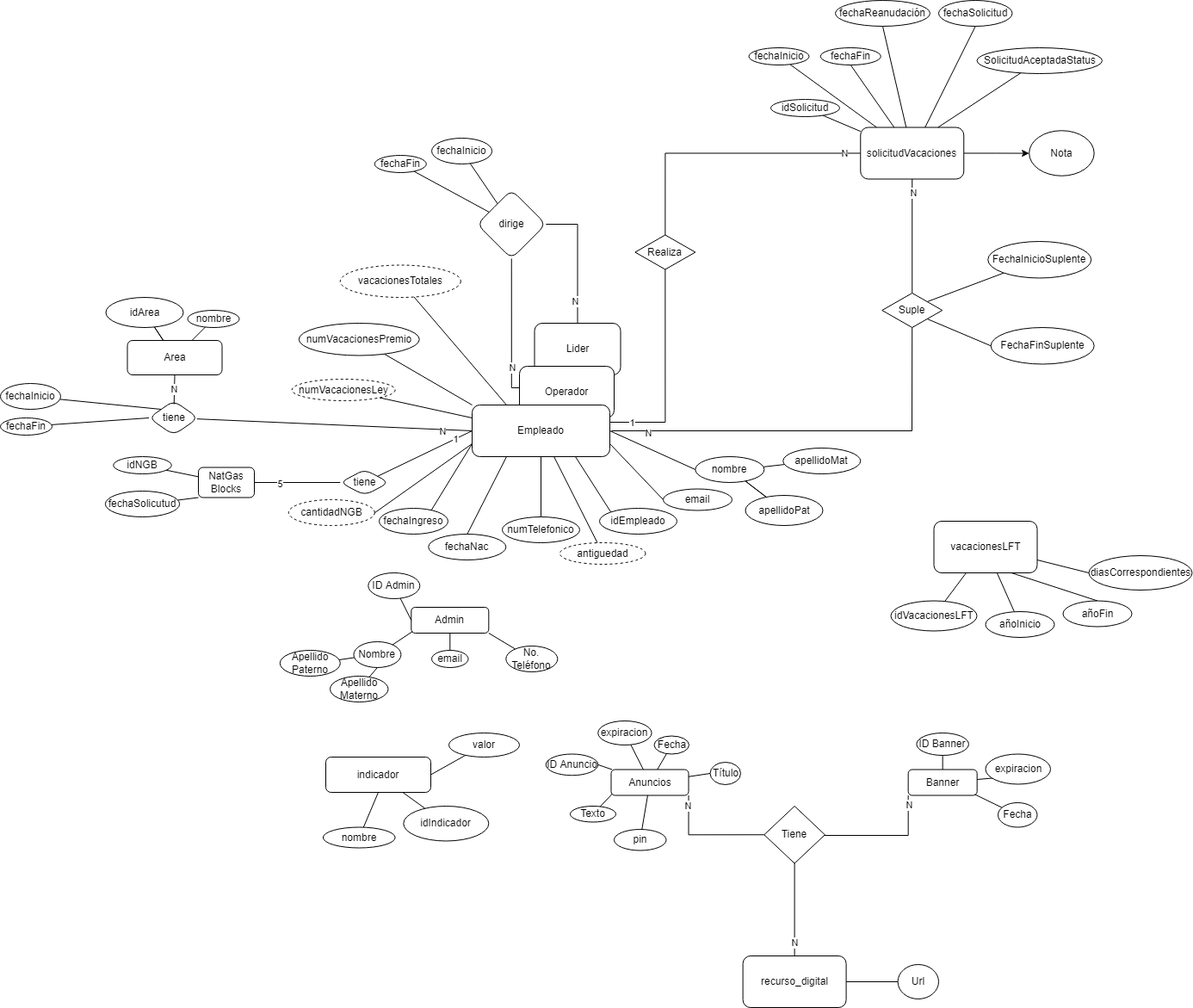
The draw.io diagram Recursos_de_Proyecto/MER NatGas.drawio.png in AndresMaganaPerez/Phantom_tc2005b, before a commit. Source tidied: cells renumbered, new cells last; positions are measured from the earlier drawing's top-left corner, leaving out a move shared by most shapes.
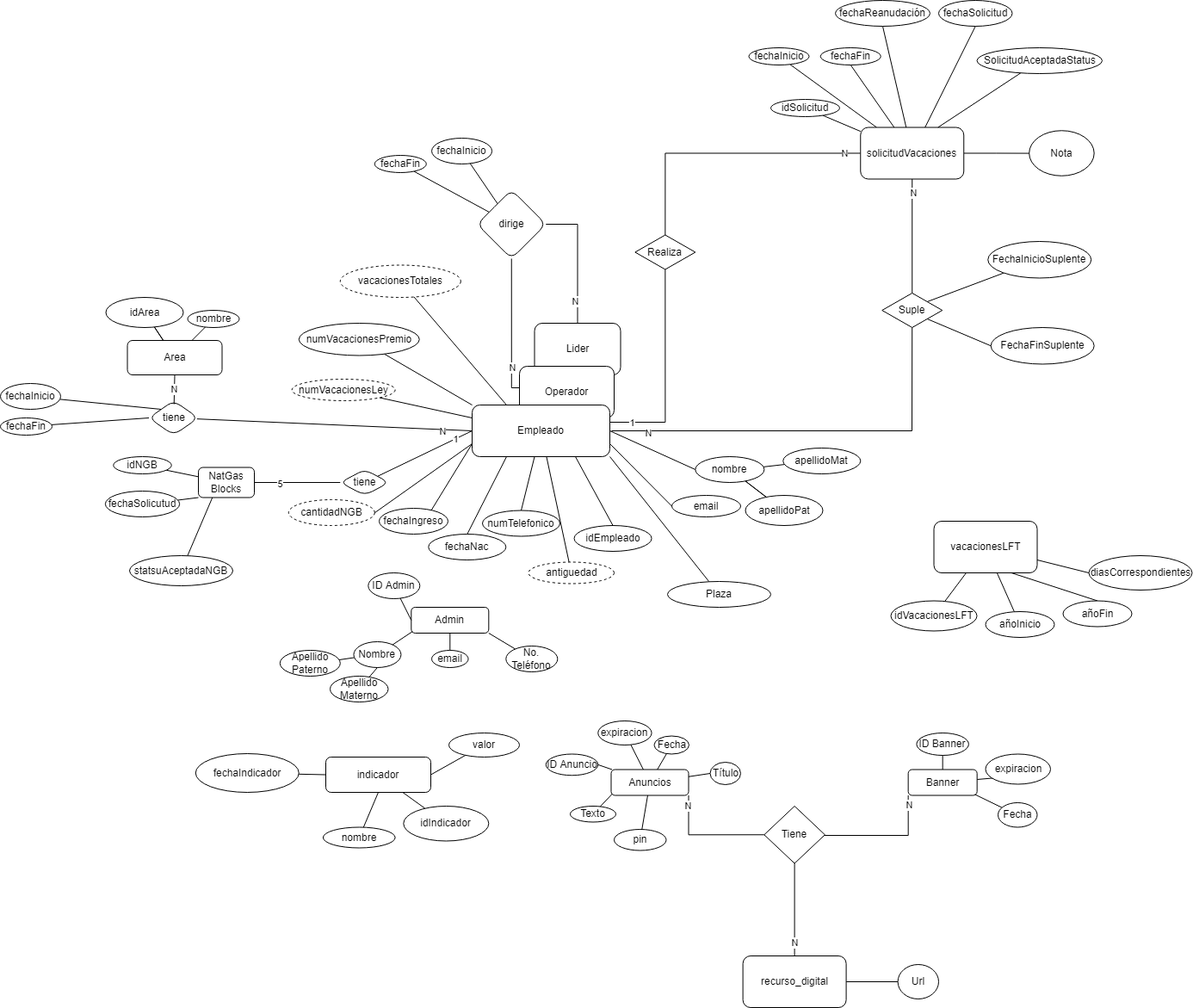
After the commit.

Commit message:
Agregar Plaza y statusAceptacionNGB

Entidades Empleado y NGB

What changed in the source:
```diff
@@ -48,7 +48,7 @@
     <mxCell id="15" style="edgeStyle=none;rounded=0;jettySize=auto;html=1;exitX=1;exitY=0.75;exitDx=0;exitDy=0;entryX=0;entryY=0.5;entryDx=0;entryDy=0;endArrow=none;endFill=0;" parent="1" edge="1" source="24" target="26">
       <mxGeometry relative="1" as="geometry" />
     </mxCell>
-    <mxCell id="16" style="edgeStyle=none;rounded=0;jettySize=auto;html=1;exitX=0.75;exitY=1;exitDx=0;exitDy=0;entryX=0;entryY=0;entryDx=0;entryDy=0;endArrow=none;endFill=0;" parent="1" edge="1" source="24" target="25">
+    <mxCell id="16" style="edgeStyle=none;rounded=0;jettySize=auto;html=1;exitX=0.75;exitY=1;exitDx=0;exitDy=0;entryX=0.5;entryY=0;entryDx=0;entryDy=0;endArrow=none;endFill=0;" parent="1" edge="1" source="24" target="25">
       <mxGeometry relative="1" as="geometry" />
     </mxCell>
     <mxCell id="17" style="edgeStyle=none;rounded=0;jettySize=auto;html=1;entryX=0.5;entryY=0;entryDx=0;entryDy=0;endArrow=none;endFill=0;" parent="1" edge="1" source="24" target="27">
@@ -82,13 +82,13 @@
       <mxGeometry x="548" y="470" width="160" height="60" as="geometry" />
     </mxCell>
     <mxCell id="25" value="idEmpleado&lt;br&gt;" style="ellipse;whiteSpace=wrap;html=1;rounded=1;" parent="1" vertex="1">
-      <mxGeometry x="696" y="590" width="90" height="30" as="geometry" />
+      <mxGeometry x="666.6" y="610" width="90" height="30" as="geometry" />
     </mxCell>
     <mxCell id="26" value="email&lt;br&gt;" style="ellipse;whiteSpace=wrap;html=1;rounded=1;" parent="1" vertex="1">
-      <mxGeometry x="770" y="567.5" width="80" height="25" as="geometry" />
+      <mxGeometry x="780" y="575" width="80" height="25" as="geometry" />
     </mxCell>
     <mxCell id="27" value="numTelefonico" style="ellipse;whiteSpace=wrap;html=1;rounded=1;" parent="1" vertex="1">
-      <mxGeometry x="583" y="600" width="90" height="30" as="geometry" />
+      <mxGeometry x="560" y="592.5" width="90" height="30" as="geometry" />
     </mxCell>
     <mxCell id="28" value="fechaNac" style="ellipse;whiteSpace=wrap;html=1;rounded=1;" parent="1" vertex="1">
       <mxGeometry x="497.3" y="620" width="90" height="30" as="geometry" />
@@ -298,7 +298,7 @@
       <mxGeometry y="485" width="60" height="20" as="geometry" />
     </mxCell>
     <mxCell id="95" value="antiguedad" style="ellipse;whiteSpace=wrap;html=1;rounded=1;dashed=1;" parent="1" vertex="1">
-      <mxGeometry x="650" y="630" width="99.5" height="25" as="geometry" />
+      <mxGeometry x="613.5" y="652.5" width="99.5" height="25" as="geometry" />
     </mxCell>
     <mxCell id="96" style="edgeStyle=none;rounded=0;jettySize=auto;html=1;endArrow=none;endFill=0;" parent="1" edge="1" source="98" target="99">
       <mxGeometry relative="1" as="geometry" />
@@ -369,7 +369,7 @@
     <mxCell id="118" value="N" style="edgeLabel;html=1;align=center;verticalAlign=middle;" parent="117" vertex="1">
       <mxGeometry x="-0.88" relative="1" as="geometry" />
     </mxCell>
-    <mxCell id="119" style="edgeStyle=orthogonalEdgeStyle;rounded=0;jettySize=auto;html=1;" parent="1" edge="1" source="120" target="147">
+    <mxCell id="119" style="edgeStyle=orthogonalEdgeStyle;rounded=0;jettySize=auto;html=1;endArrow=none;endFill=0;" parent="1" edge="1" source="120" target="147">
       <mxGeometry relative="1" as="geometry" />
     </mxCell>
     <mxCell id="120" value="solicitudVacaciones" style="rounded=1;whiteSpace=wrap;html=1;" parent="1" vertex="1">
@@ -479,5 +479,23 @@
     <mxCell id="153" value="Url" style="ellipse;whiteSpace=wrap;html=1;rounded=1;" parent="1" vertex="1">
       <mxGeometry x="1042.6" y="1120" width="47.4" height="40" as="geometry" />
     </mxCell>
+    <mxCell id="154" style="rounded=0;jettySize=auto;html=1;entryX=0;entryY=0.5;entryDx=0;entryDy=0;endArrow=none;endFill=0;" parent="1" edge="1" source="155" target="106">
+      <mxGeometry relative="1" as="geometry" />
+    </mxCell>
+    <mxCell id="155" value="fechaIndicador" style="ellipse;whiteSpace=wrap;html=1;" parent="1" vertex="1">
+      <mxGeometry x="226.8" y="875" width="120" height="45" as="geometry" />
+    </mxCell>
+    <mxCell id="156" style="edgeStyle=none;rounded=0;jettySize=auto;html=1;entryX=0.25;entryY=1;entryDx=0;entryDy=0;endArrow=none;endFill=0;" parent="1" edge="1" source="157" target="39">
+      <mxGeometry relative="1" as="geometry" />
+    </mxCell>
+    <mxCell id="157" value="statsuAceptadaNGB" style="ellipse;whiteSpace=wrap;html=1;" parent="1" vertex="1">
+      <mxGeometry x="150" y="645" width="120" height="35" as="geometry" />
+    </mxCell>
+    <mxCell id="158" style="edgeStyle=none;rounded=0;jettySize=auto;html=1;entryX=1;entryY=1;entryDx=0;entryDy=0;endArrow=none;endFill=0;" parent="1" edge="1" source="159" target="24">
+      <mxGeometry relative="1" as="geometry" />
+    </mxCell>
+    <mxCell id="159" value="Plaza" style="ellipse;whiteSpace=wrap;html=1;" parent="1" vertex="1">
+      <mxGeometry x="775" y="675" width="120" height="30" as="geometry" />
+    </mxCell>
   </root>
 </mxGraphModel>
```
